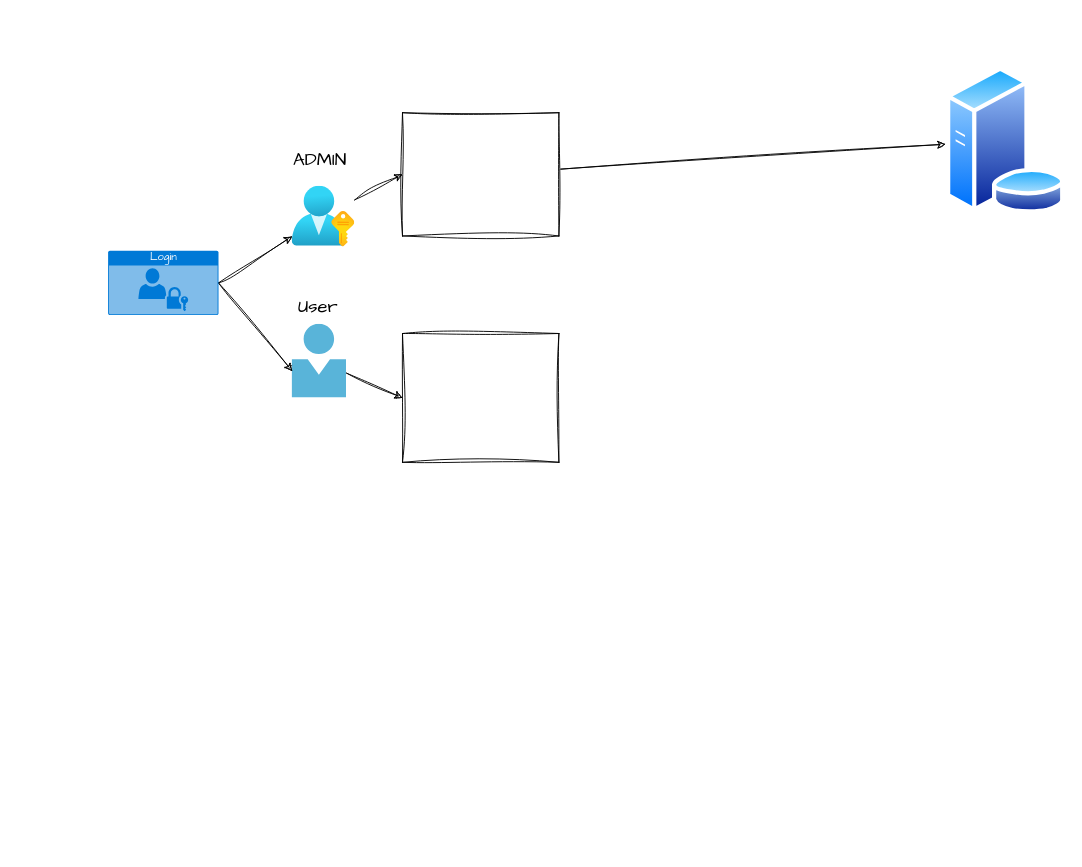
atprogrammer/CTQueue keeps this draw.io diagram as flowV1.drawio. Above is the earlier version. Source tidied: cells renumbered, new cells numbered last; positions are measured from the earlier drawing's top-left corner, leaving out a move shared by most shapes. Both pictures are drawn from the tidied source at 92%, with x=0, y=0 at pixel (108, 66).
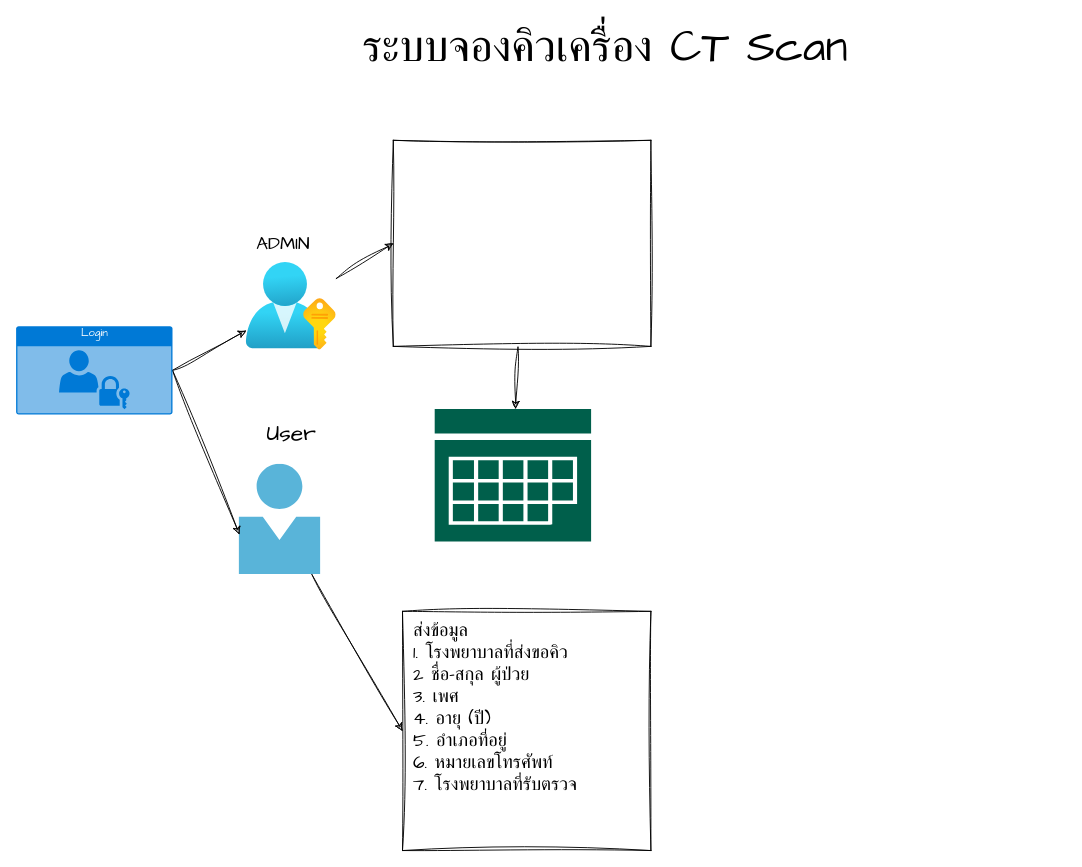
The same page after the edit.

The edit, as a diff of the source:
```diff
@@
 <mxGraphModel>
   <root>
     <mxCell id="0" />
     <mxCell id="1" parent="0" />
-    <mxCell id="2" style="edgeStyle=none;sketch=1;hachureGap=4;jiggle=2;curveFitting=1;html=1;entryX=0;entryY=0.5;entryDx=0;entryDy=0;fontFamily=Architects Daughter;fontSize=16;" parent="1" edge="1" source="3" target="12">
+    <mxCell id="2" style="edgeStyle=none;sketch=1;hachureGap=4;jiggle=2;curveFitting=1;html=1;entryX=0;entryY=0.5;entryDx=0;entryDy=0;fontFamily=Architects Daughter;fontSize=25;" parent="1" edge="1" source="3" target="12">
       <mxGeometry relative="1" as="geometry" />
     </mxCell>
     <mxCell id="3" style="html=1;points=[];align=center;image;fontSize=12;image=img/lib/azure2/azure_stack/User_Subscriptions.svg;hachureGap=4;fontFamily=Architects Daughter;sketch=1;curveFitting=1;jiggle=2;" parent="1" vertex="1">
-      <mxGeometry x="200" y="130" width="68" height="66" as="geometry" />
+      <mxGeometry x="150" y="212.9" width="98" height="95.1" as="geometry" />
     </mxCell>
-    <mxCell id="4" style="edgeStyle=none;sketch=1;hachureGap=4;jiggle=2;curveFitting=1;html=1;entryX=0;entryY=0.5;entryDx=0;entryDy=0;fontFamily=Architects Daughter;fontSize=16;" parent="1" edge="1" source="5" target="13">
+    <mxCell id="4" style="edgeStyle=none;sketch=1;hachureGap=4;jiggle=2;curveFitting=1;html=1;entryX=0;entryY=0.5;entryDx=0;entryDy=0;fontFamily=Architects Daughter;fontSize=25;" parent="1" edge="1" source="5" target="13">
       <mxGeometry relative="1" as="geometry" />
     </mxCell>
     <mxCell id="5" style="html=1;points=[];align=center;image;fontSize=12;image=img/lib/mscae/Person.svg;hachureGap=4;fontFamily=Architects Daughter;sketch=1;curveFitting=1;jiggle=2;" parent="1" vertex="1">
-      <mxGeometry x="200" y="280" width="59.2" height="80" as="geometry" />
+      <mxGeometry x="142.4" y="432" width="88.8" height="120" as="geometry" />
     </mxCell>
     <mxCell id="6" style="edgeStyle=none;sketch=1;hachureGap=4;jiggle=2;curveFitting=1;html=1;exitX=1;exitY=0.5;exitDx=0;exitDy=0;exitPerimeter=0;fontFamily=Architects Daughter;fontSize=16;" parent="1" edge="1" source="8" target="3">
       <mxGeometry relative="1" as="geometry" />
     </mxCell>
     <mxCell id="7" style="edgeStyle=none;sketch=1;hachureGap=4;jiggle=2;curveFitting=1;html=1;exitX=1;exitY=0.5;exitDx=0;exitDy=0;exitPerimeter=0;fontFamily=Architects Daughter;fontSize=16;entryX=0.004;entryY=0.636;entryDx=0;entryDy=0;entryPerimeter=0;" parent="1" edge="1" source="8" target="5">
       <mxGeometry relative="1" as="geometry" />
     </mxCell>
     <mxCell id="8" value="Login" style="html=1;strokeColor=none;fillColor=#0079D6;labelPosition=center;verticalLabelPosition=middle;verticalAlign=top;align=center;fontSize=12;outlineConnect=0;spacingTop=-6;fontColor=#FFFFFF;sketch=0;shape=mxgraph.sitemap.login;hachureGap=4;jiggle=2;curveFitting=1;fontFamily=Architects Daughter;" parent="1" vertex="1">
-      <mxGeometry y="200" width="120" height="70" as="geometry" />
+      <mxGeometry x="-100" y="282" width="170" height="96" as="geometry" />
     </mxCell>
     <mxCell id="9" value="ADMIN" style="text;html=1;align=center;verticalAlign=middle;strokeColor=none;fillColor=none;fontSize=20;fontFamily=Architects Daughter;sketch=1;hachureGap=4;jiggle=2;curveFitting=1;" parent="1" vertex="1">
-      <mxGeometry x="189.6" y="80" width="80" height="40" as="geometry" />
+      <mxGeometry x="150" y="172" width="80" height="40" as="geometry" />
     </mxCell>
-    <mxCell id="10" value="User" style="text;html=1;align=center;verticalAlign=middle;strokeColor=none;fillColor=none;fontSize=20;fontFamily=Architects Daughter;sketch=1;hachureGap=4;jiggle=2;curveFitting=1;" parent="1" vertex="1">
-      <mxGeometry x="193" y="240" width="70" height="40" as="geometry" />
+    <mxCell id="10" value="User" style="text;html=1;align=center;verticalAlign=middle;strokeColor=none;fillColor=none;fontSize=25;fontFamily=Architects Daughter;sketch=1;hachureGap=4;jiggle=2;curveFitting=1;" parent="1" vertex="1">
+      <mxGeometry x="158.6" y="378" width="80" height="40" as="geometry" />
     </mxCell>
-    <mxCell id="11" style="edgeStyle=none;sketch=1;hachureGap=4;jiggle=2;curveFitting=1;html=1;fontFamily=Architects Daughter;fontSize=16;" parent="1" edge="1" source="12" target="14">
-      <mxGeometry relative="1" as="geometry" />
-    </mxCell>
+    <mxCell id="15" style="edgeStyle=none;sketch=1;hachureGap=4;jiggle=2;curveFitting=1;html=1;fontFamily=Architects Daughter;fontSize=16;" parent="1" edge="1" source="12" target="16">
+      <mxGeometry relative="1" as="geometry" />
+    </mxCell>
     <mxCell id="12" style="rounded=0;whiteSpace=wrap;html=1;sketch=1;hachureGap=4;jiggle=2;curveFitting=1;fontFamily=Architects Daughter;fontSize=20;" parent="1" vertex="1">
-      <mxGeometry x="320" y="50" width="170" height="134" as="geometry" />
+      <mxGeometry x="310" y="80" width="280" height="224" as="geometry" />
     </mxCell>
-    <mxCell id="13" style="rounded=0;whiteSpace=wrap;html=1;sketch=1;hachureGap=4;jiggle=2;curveFitting=1;fontFamily=Architects Daughter;fontSize=20;" parent="1" vertex="1">
-      <mxGeometry x="320" y="290" width="170" height="140" as="geometry" />
+    <mxCell id="13" value="ส่งข้อมูล&lt;br&gt;1. โรงพยาบาลที่ส่งขอคิว&lt;br&gt;2 ชื่อ-สกุล ผู้ป่วย&lt;br&gt;3.&amp;nbsp;เพศ&lt;br&gt;4.&amp;nbsp;อายุ (ปี)&lt;br&gt;5.&amp;nbsp;อำเภอที่อยู่&lt;br&gt;6.&amp;nbsp;หมายเลขโทรศัพท์&lt;br&gt;7.&amp;nbsp;โรงพยาบาลที่รับตรวจ" style="rounded=0;whiteSpace=wrap;html=1;sketch=1;hachureGap=4;jiggle=2;curveFitting=1;fontFamily=Architects Daughter;fontSize=20;align=left;horizontal=1;verticalAlign=top;spacingTop=2;spacingLeft=10;" parent="1" vertex="1">
+      <mxGeometry x="320" y="592" width="270" height="260" as="geometry" />
     </mxCell>
-    <mxCell id="14" style="perimeter=ellipsePerimeter;html=1;align=center;shadow=0;dashed=0;spacingTop=3;image;image=img/lib/active_directory/database_server.svg;sketch=1;hachureGap=4;jiggle=2;curveFitting=1;fontFamily=Architects Daughter;fontSize=20;" parent="1" vertex="1">
-      <mxGeometry x="910" width="131.2" height="160" as="geometry" />
-    </mxCell>
+    <mxCell id="16" style="sketch=0;shadow=0;dashed=0;html=1;strokeColor=none;fillColor=#005F4B;labelPosition=center;verticalLabelPosition=bottom;verticalAlign=top;align=center;outlineConnect=0;shape=mxgraph.veeam2.calendar;hachureGap=4;jiggle=2;curveFitting=1;fontFamily=Architects Daughter;fontSize=20;" parent="1" vertex="1">
+      <mxGeometry x="355" y="372" width="170" height="144" as="geometry" />
+    </mxCell>
+    <mxCell id="17" value="ระบบจองคิวเครื่อง CT Scan" style="text;html=1;align=center;verticalAlign=middle;strokeColor=none;fillColor=none;fontSize=48;fontFamily=Architects Daughter;sketch=1;hachureGap=4;jiggle=2;curveFitting=1;" parent="1" vertex="1">
+      <mxGeometry x="245" y="-55" width="590" height="70" as="geometry" />
+    </mxCell>
   </root>
 </mxGraphModel>
```
